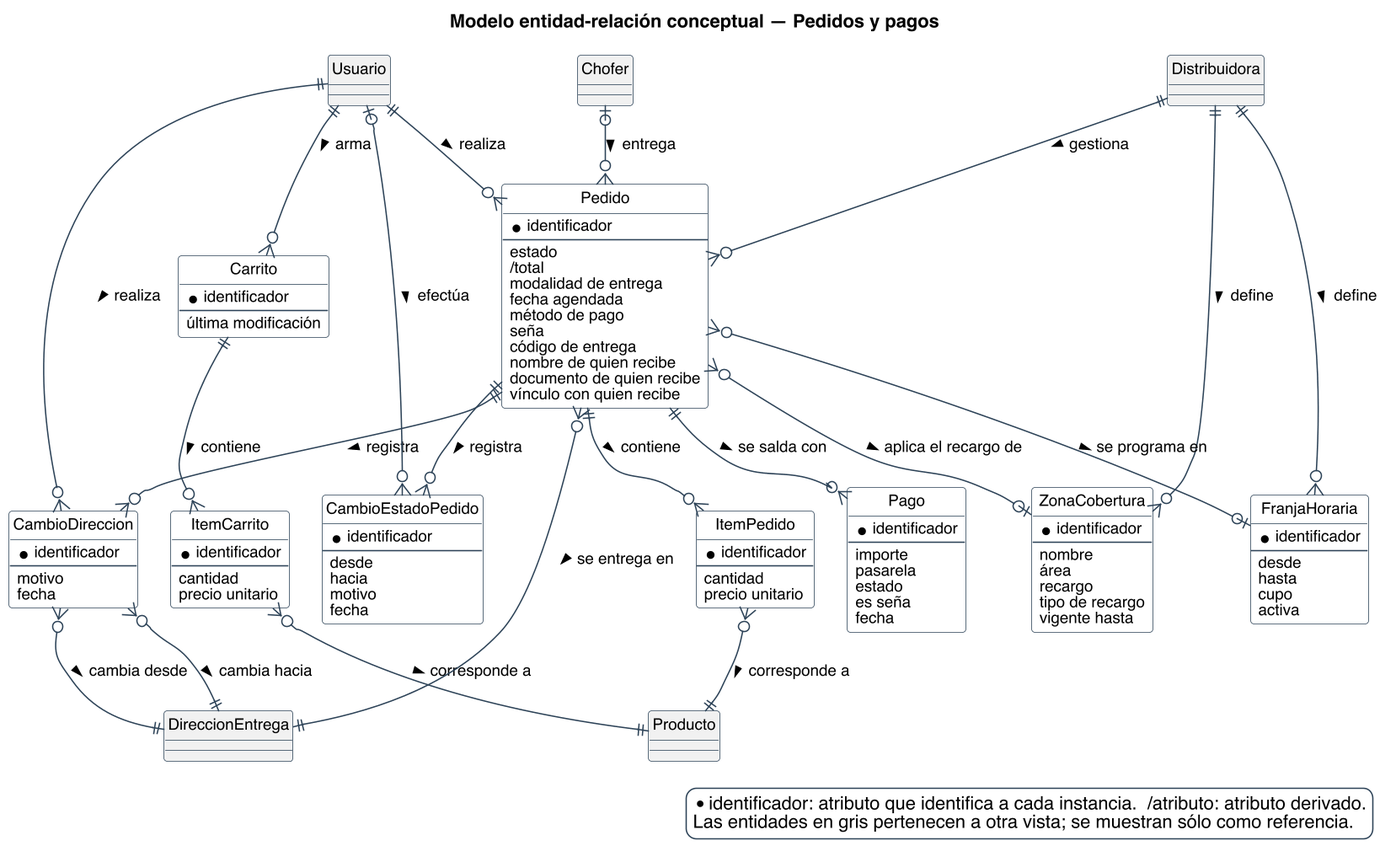
Earlier version of the PlantUML export diagramas/base-de-datos/conceptual/SPLG-der-02-pedidos-y-pagos.png (Nahuelito-Dev/splg-docs).
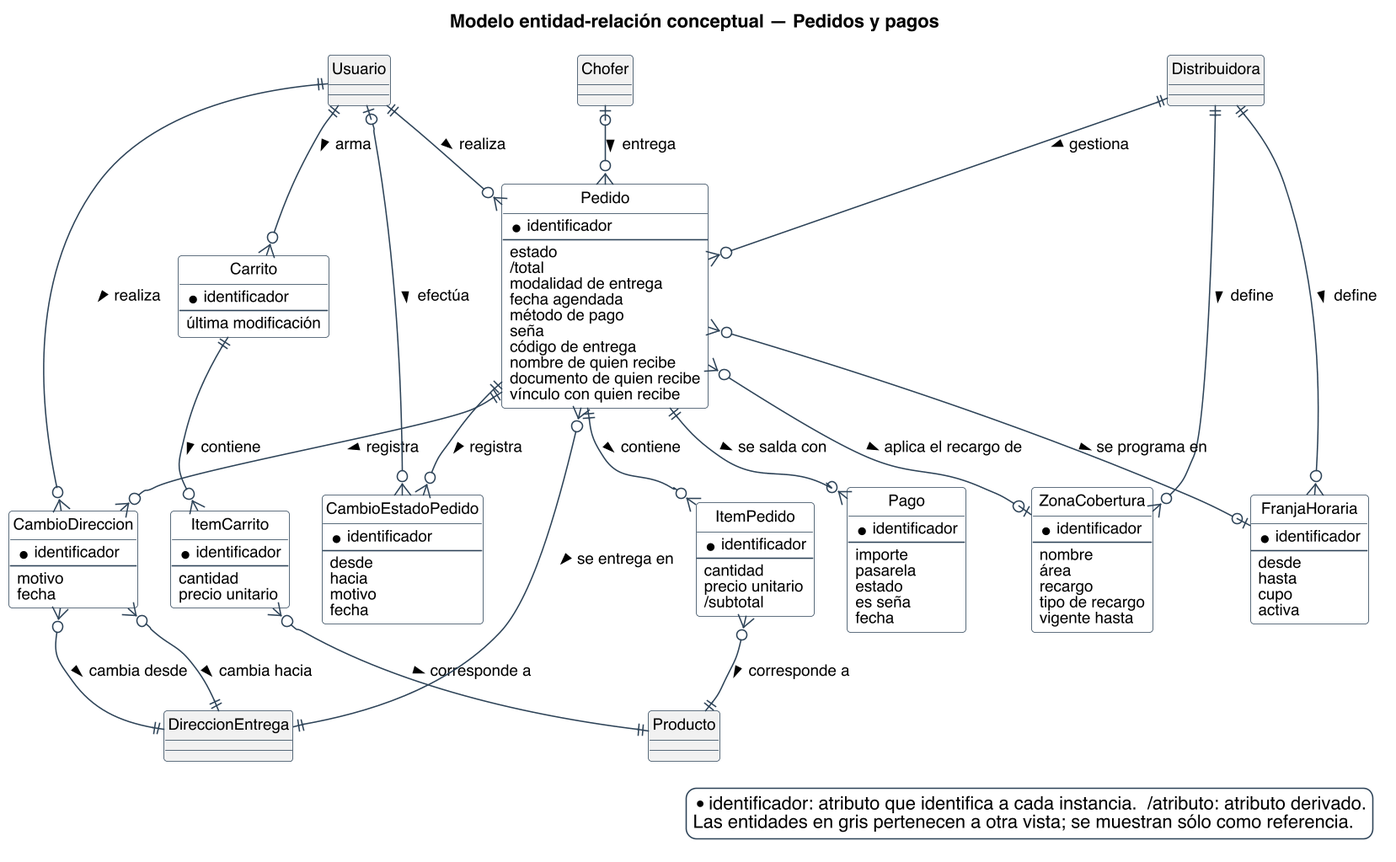
After the change.

Diff of the diagram source:
```diff
@@ -17,6 +17,10 @@
   FontColor #55616C
 }
 skinparam class<<propuesto>> {
+  BorderColor #1F5E8C
+  BackgroundColor #E4EDF4
+}
+skinparam entity<<propuesto>> {
   BorderColor #1F5E8C
   BackgroundColor #E4EDF4
 }
@@ -47,6 +51,7 @@
   --
   {field} cantidad
   {field} precio unitario
+  {field} /subtotal
 }
 entity Carrito {
   * identificador
```
